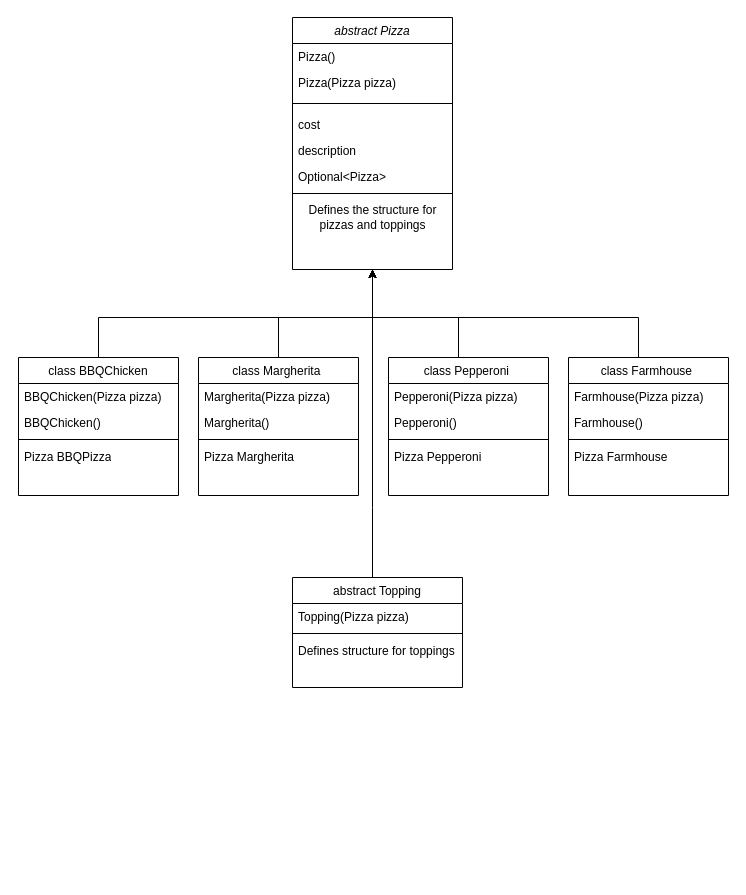
Before: decorator/pizzas/Untitled Diagram.drawio in samiksha-coder/design-patterns, a draw.io diagram. Source tidied: cells renumbered, new cells numbered last; positions are measured from the earlier drawing's top-left corner, leaving out a move shared by most shapes. Both pictures are drawn from the tidied source at 100%, with x=0, y=0 at pixel (18, 17).
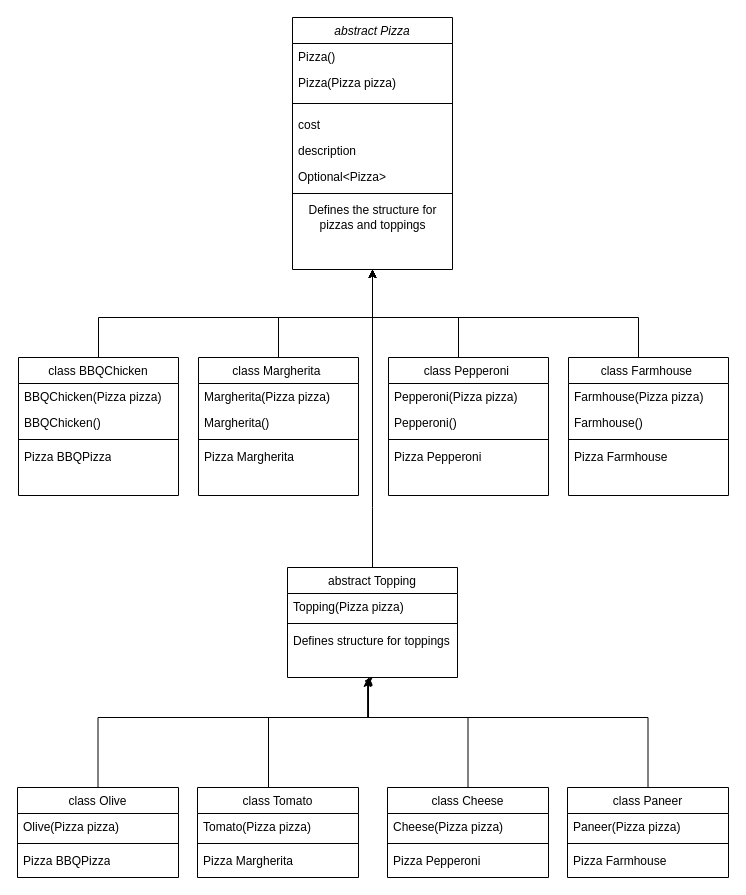
Above is the later version.

Commit message:
Added diagram for toppings

Unchanged cells that the change refers to:
```xml
<mxCell id="21" value="Defines structure for toppings" style="text;strokeColor=none;fillColor=none;align=left;verticalAlign=top;spacingLeft=4;spacingRight=4;overflow=hidden;points=[[0,0.5],[1,0.5]];portConstraint=eastwest;whiteSpace=wrap;html=1;" parent="18" vertex="1">
  <mxGeometry y="60" width="170" height="50" as="geometry" />
</mxCell>
```

Diff of the diagram source:
```diff
@@
     <mxCell id="18" value="abstract Topping" style="swimlane;fontStyle=0;align=center;verticalAlign=top;horizontal=1;startSize=26;rounded=0;shadow=0;strokeWidth=1;" parent="1" vertex="1">
-      <mxGeometry x="274" y="560" width="170" height="110" as="geometry" />
+      <mxGeometry x="269" y="550" width="170" height="110" as="geometry" />
     </mxCell>
@@
+    <mxCell id="40" style="edgeStyle=orthogonalEdgeStyle;rounded=0;jettySize=auto;html=1;entryX=0.471;entryY=1.02;entryDx=0;entryDy=0;entryPerimeter=0;" parent="1" edge="1" source="41" target="21">
+      <mxGeometry relative="1" as="geometry">
+        <Array as="points">
+          <mxPoint x="79" y="700" />
+          <mxPoint x="349" y="700" />
+        </Array>
+      </mxGeometry>
+    </mxCell>
+    <mxCell id="41" value="class Olive" style="swimlane;fontStyle=0;align=center;verticalAlign=top;horizontal=1;startSize=26;rounded=0;shadow=0;strokeWidth=1;" parent="1" vertex="1">
+      <mxGeometry x="-1" y="770" width="161" height="90" as="geometry" />
+    </mxCell>
+    <mxCell id="42" value="Olive(Pizza pizza)" style="text;strokeColor=none;fillColor=none;align=left;verticalAlign=top;spacingLeft=4;spacingRight=4;overflow=hidden;whiteSpace=wrap;html=1;" parent="41" vertex="1">
+      <mxGeometry y="26" width="161" height="26" as="geometry" />
+    </mxCell>
+    <mxCell id="43" style="line;html=1;strokeWidth=1;align=left;verticalAlign=middle;spacingTop=-1;spacingLeft=3;spacingRight=3;labelPosition=right;" parent="41" vertex="1">
+      <mxGeometry y="52" width="161" height="8" as="geometry" />
+    </mxCell>
+    <mxCell id="44" value="Pizza BBQPizza" style="text;strokeColor=none;fillColor=none;align=left;verticalAlign=top;spacingLeft=4;spacingRight=4;overflow=hidden;whiteSpace=wrap;html=1;" parent="41" vertex="1">
+      <mxGeometry y="60" width="161" height="26" as="geometry" />
+    </mxCell>
+    <mxCell id="45" style="edgeStyle=orthogonalEdgeStyle;rounded=0;jettySize=auto;html=1;" parent="1" edge="1" source="46">
+      <mxGeometry relative="1" as="geometry">
+        <mxPoint x="350" y="660" as="targetPoint" />
+        <Array as="points">
+          <mxPoint x="250" y="700" />
+          <mxPoint x="350" y="700" />
+        </Array>
+      </mxGeometry>
+    </mxCell>
+    <mxCell id="46" value="class Tomato" style="swimlane;fontStyle=0;align=center;verticalAlign=top;horizontal=1;startSize=26;rounded=0;shadow=0;strokeWidth=1;" parent="1" vertex="1">
+      <mxGeometry x="179" y="770" width="161" height="90" as="geometry" />
+    </mxCell>
+    <mxCell id="47" value="Tomato(Pizza pizza)" style="text;strokeColor=none;fillColor=none;align=left;verticalAlign=top;spacingLeft=4;spacingRight=4;overflow=hidden;whiteSpace=wrap;html=1;" parent="46" vertex="1">
+      <mxGeometry y="26" width="161" height="26" as="geometry" />
+    </mxCell>
+    <mxCell id="48" style="line;html=1;strokeWidth=1;align=left;verticalAlign=middle;spacingTop=-1;spacingLeft=3;spacingRight=3;labelPosition=right;" parent="46" vertex="1">
+      <mxGeometry y="52" width="161" height="8" as="geometry" />
+    </mxCell>
+    <mxCell id="49" value="Pizza&amp;nbsp;Margherita" style="text;strokeColor=none;fillColor=none;align=left;verticalAlign=top;spacingLeft=4;spacingRight=4;overflow=hidden;whiteSpace=wrap;html=1;" parent="46" vertex="1">
+      <mxGeometry y="60" width="161" height="26" as="geometry" />
+    </mxCell>
+    <mxCell id="50" style="edgeStyle=orthogonalEdgeStyle;rounded=0;jettySize=auto;html=1;" parent="1" edge="1" source="51">
+      <mxGeometry relative="1" as="geometry">
+        <mxPoint x="350" y="660" as="targetPoint" />
+        <Array as="points">
+          <mxPoint x="450" y="700" />
+          <mxPoint x="350" y="700" />
+        </Array>
+      </mxGeometry>
+    </mxCell>
+    <mxCell id="51" value="class Cheese" style="swimlane;fontStyle=0;align=center;verticalAlign=top;horizontal=1;startSize=26;rounded=0;shadow=0;strokeWidth=1;" parent="1" vertex="1">
+      <mxGeometry x="369" y="770" width="161" height="90" as="geometry" />
+    </mxCell>
+    <mxCell id="52" value="Cheese(Pizza pizza)" style="text;strokeColor=none;fillColor=none;align=left;verticalAlign=top;spacingLeft=4;spacingRight=4;overflow=hidden;whiteSpace=wrap;html=1;" parent="51" vertex="1">
+      <mxGeometry y="26" width="161" height="26" as="geometry" />
+    </mxCell>
+    <mxCell id="53" style="line;html=1;strokeWidth=1;align=left;verticalAlign=middle;spacingTop=-1;spacingLeft=3;spacingRight=3;labelPosition=right;" parent="51" vertex="1">
+      <mxGeometry y="52" width="161" height="8" as="geometry" />
+    </mxCell>
+    <mxCell id="54" value="Pizza Pepperoni&amp;nbsp;" style="text;strokeColor=none;fillColor=none;align=left;verticalAlign=top;spacingLeft=4;spacingRight=4;overflow=hidden;whiteSpace=wrap;html=1;" parent="51" vertex="1">
+      <mxGeometry y="60" width="161" height="26" as="geometry" />
+    </mxCell>
+    <mxCell id="55" style="edgeStyle=orthogonalEdgeStyle;rounded=0;jettySize=auto;html=1;entryX=0.45;entryY=1.07;entryDx=0;entryDy=0;entryPerimeter=0;" parent="1" edge="1" source="56" target="21">
+      <mxGeometry relative="1" as="geometry">
+        <Array as="points">
+          <mxPoint x="629" y="700" />
+          <mxPoint x="350" y="700" />
+          <mxPoint x="350" y="664" />
+        </Array>
+      </mxGeometry>
+    </mxCell>
+    <mxCell id="56" value="class Paneer" style="swimlane;fontStyle=0;align=center;verticalAlign=top;horizontal=1;startSize=26;rounded=0;shadow=0;strokeWidth=1;" parent="1" vertex="1">
+      <mxGeometry x="549" y="770" width="161" height="90" as="geometry" />
+    </mxCell>
+    <mxCell id="57" value="Paneer(Pizza pizza)" style="text;strokeColor=none;fillColor=none;align=left;verticalAlign=top;spacingLeft=4;spacingRight=4;overflow=hidden;whiteSpace=wrap;html=1;" parent="56" vertex="1">
+      <mxGeometry y="26" width="161" height="26" as="geometry" />
+    </mxCell>
+    <mxCell id="58" style="line;html=1;strokeWidth=1;align=left;verticalAlign=middle;spacingTop=-1;spacingLeft=3;spacingRight=3;labelPosition=right;" parent="56" vertex="1">
+      <mxGeometry y="52" width="161" height="8" as="geometry" />
+    </mxCell>
+    <mxCell id="59" value="Pizza&amp;nbsp;Farmhouse" style="text;strokeColor=none;fillColor=none;align=left;verticalAlign=top;spacingLeft=4;spacingRight=4;overflow=hidden;whiteSpace=wrap;html=1;" parent="56" vertex="1">
+      <mxGeometry y="60" width="161" height="26" as="geometry" />
+    </mxCell>
```
